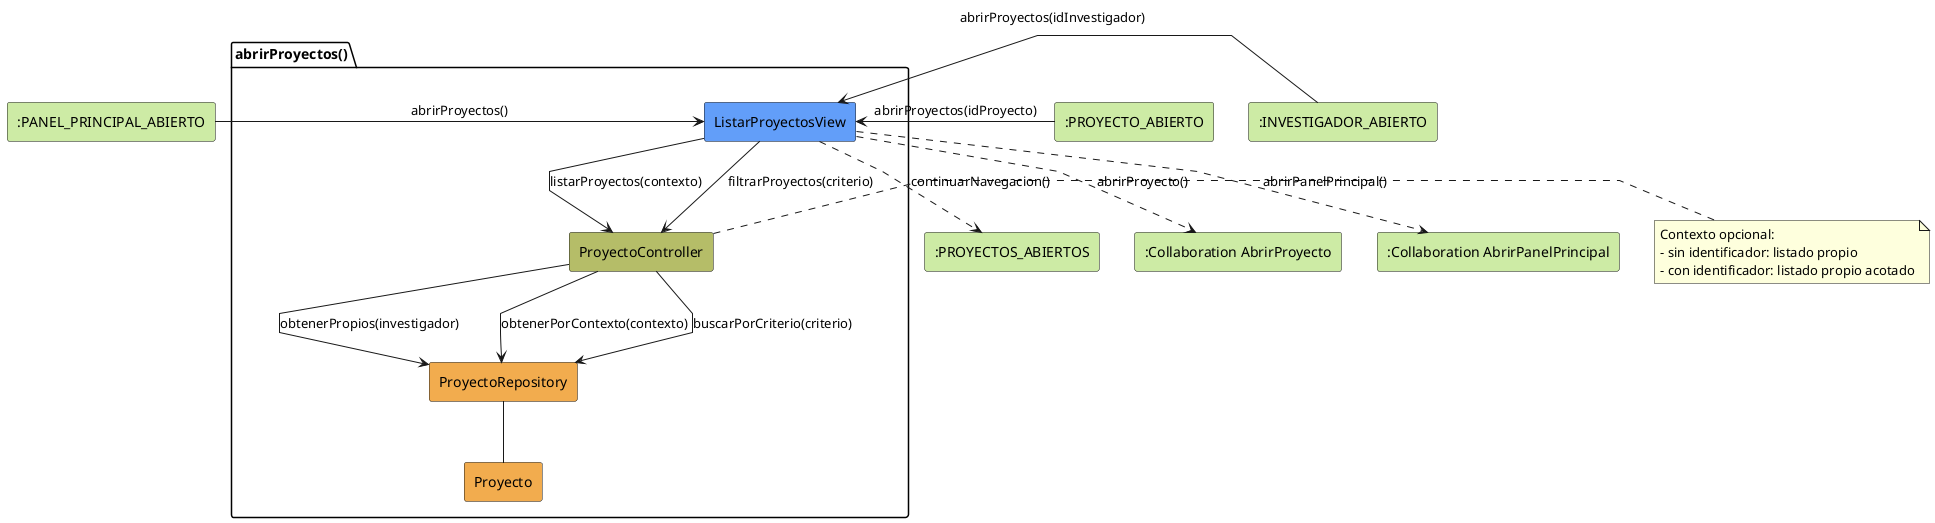
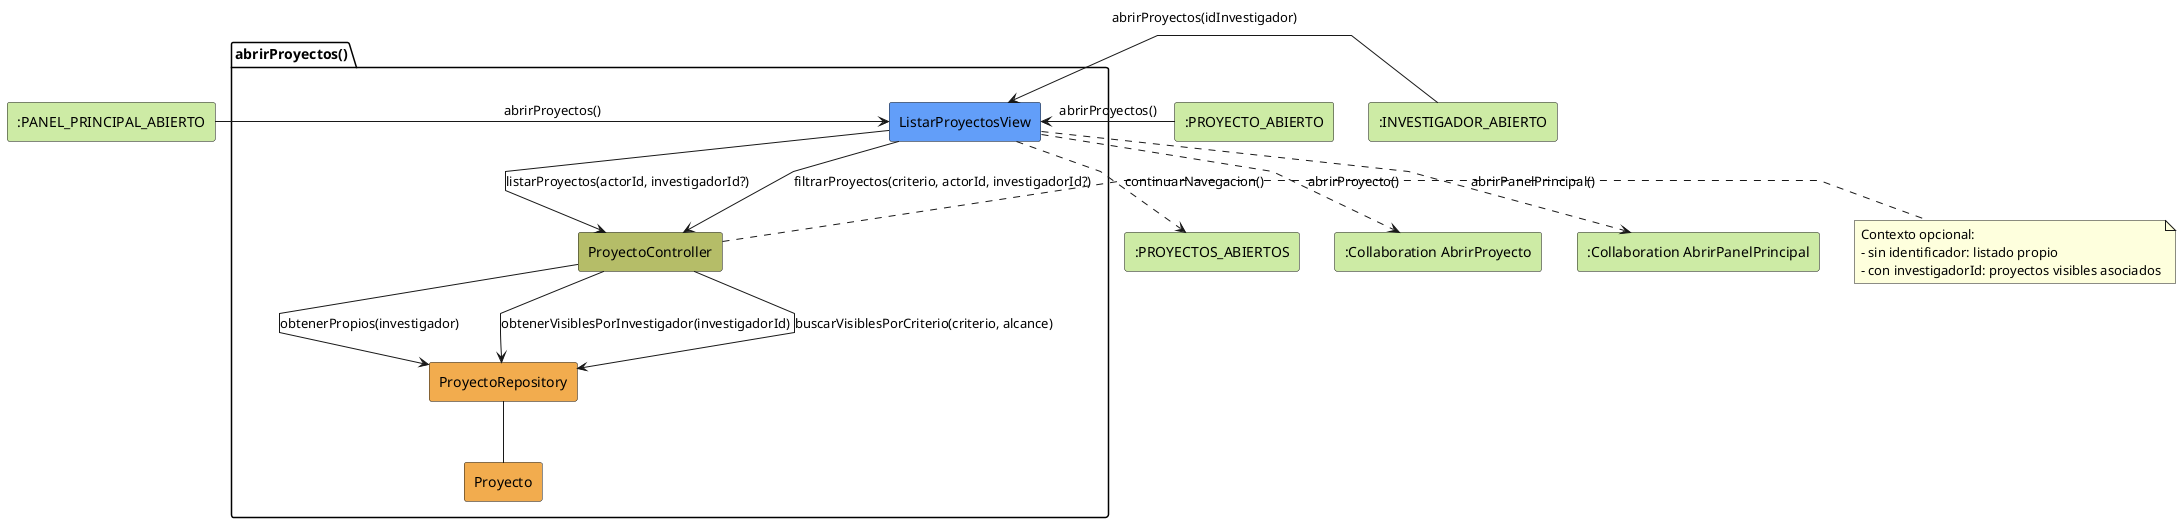
@startuml abrirProyectos-analisis
skinparam linetype polyline

rectangle #CDEBA5 ":PANEL_PRINCIPAL_ABIERTO" as EstadoEntrada1
rectangle #CDEBA5 ":PROYECTO_ABIERTO" as EstadoEntrada2
rectangle #CDEBA5 ":INVESTIGADOR_ABIERTO" as EstadoEntrada3
package abrirProyectos as "abrirProyectos()" {
    rectangle #629EF9 ListarProyectosView
    rectangle #b5bd68 ProyectoController
    rectangle #F2AC4E ProyectoRepository
    rectangle #F2AC4E Proyecto
}

rectangle #CDEBA5 ":PROYECTOS_ABIERTOS" as EstadoSalida
rectangle #CDEBA5 ":Collaboration AbrirProyecto" as AbrirProyecto
rectangle #CDEBA5 ":Collaboration AbrirPanelPrincipal" as AbrirPanelPrincipal

EstadoEntrada1 -r-> ListarProyectosView: abrirProyectos()
- EstadoEntrada2 -r-> ListarProyectosView: abrirProyectos(idProyecto)
+ EstadoEntrada2 -r-> ListarProyectosView: abrirProyectos()
EstadoEntrada3 -r-> ListarProyectosView: abrirProyectos(idInvestigador)

- ListarProyectosView -d-> ProyectoController: listarProyectos(contexto)
- ListarProyectosView --> ProyectoController: filtrarProyectos(criterio)
+ ListarProyectosView -d-> ProyectoController: listarProyectos(actorId, investigadorId?)
ProyectoController --> ProyectoRepository: obtenerPropios(investigador)
- ProyectoController --> ProyectoRepository: obtenerPorContexto(contexto)
- ProyectoController --> ProyectoRepository: buscarPorCriterio(criterio)
+ ProyectoController --> ProyectoRepository: obtenerVisiblesPorInvestigador(investigadorId)
+ ListarProyectosView --> ProyectoController: filtrarProyectos(criterio, actorId, investigadorId?)
+ ProyectoController --> ProyectoRepository: buscarVisiblesPorCriterio(criterio, alcance)
ProyectoRepository -- Proyecto
note right of ProyectoController
Contexto opcional:
- sin identificador: listado propio
- - con identificador: listado propio acotado
+ - con investigadorId: proyectos visibles asociados
end note
ListarProyectosView ..> EstadoSalida: continuarNavegacion()
ListarProyectosView ..> AbrirProyecto: abrirProyecto()
ListarProyectosView ..> AbrirPanelPrincipal: abrirPanelPrincipal()

@enduml
